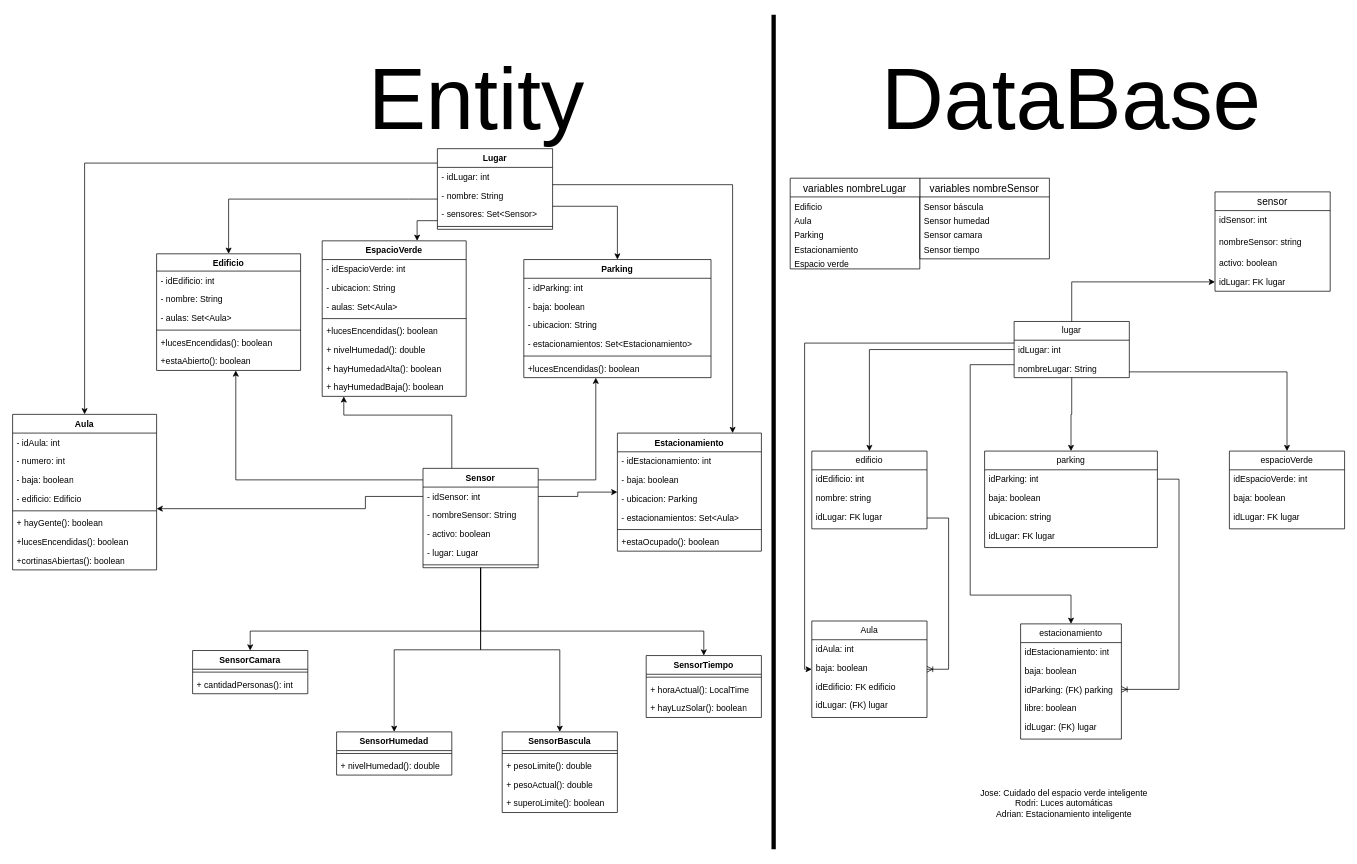
sarudev/grupo-01-OO2-2023 keeps this draw.io diagram as tp-oo2 - entidades - bd.drawio. Above is the earlier version. Source tidied: cells renumbered, new cells numbered last; positions are measured from the earlier drawing's top-left corner, leaving out a move shared by most shapes. Both pictures are drawn from the tidied source at 72%, with x=0, y=0 at pixel (12, 14).
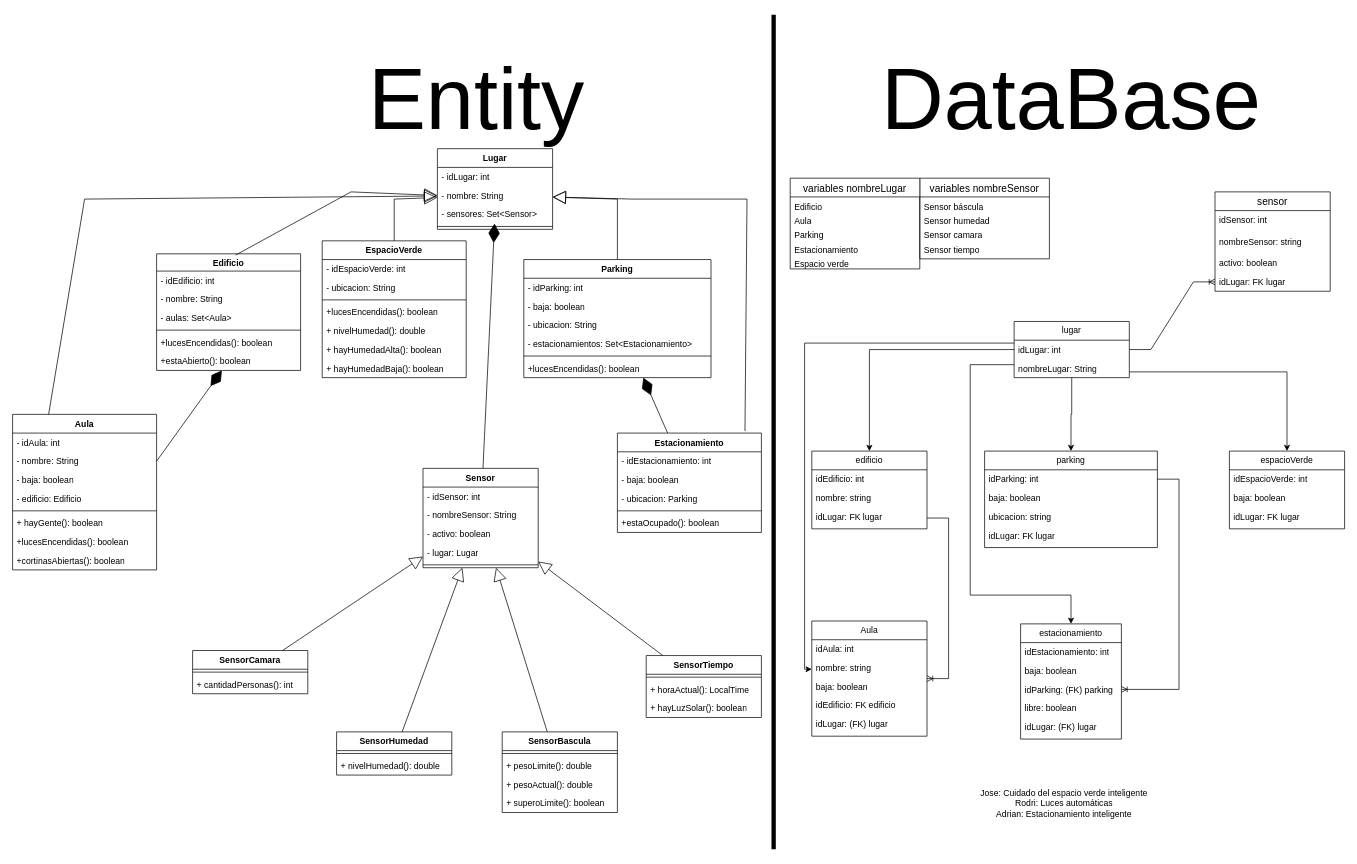
The same page after the edit.

The change refers to these unchanged cells:
```xml
<mxCell id="36" value="lugar" style="swimlane;fontStyle=0;horizontal=1;startSize=26;fillColor=none;whiteSpace=wrap;html=1;" parent="1" vertex="1">
  <mxGeometry x="1391" y="426" width="160" height="78" as="geometry" />
</mxCell>
<mxCell id="43" value="idLugar: FK lugar" style="text;strokeColor=none;fillColor=none;align=left;verticalAlign=top;spacingLeft=4;spacingRight=4;overflow=hidden;points=[[0,0.5],[1,0.5]];portConstraint=eastwest;whiteSpace=wrap;html=1;" parent="39" vertex="1">
  <mxGeometry y="112" width="160" height="26" as="geometry" />
</mxCell>
<mxCell id="57" value="Edificio" style="swimlane;fontStyle=1;align=center;verticalAlign=top;horizontal=1;startSize=24;whiteSpace=wrap;html=1;" parent="1" vertex="1">
  <mxGeometry x="200" y="332" width="200" height="162" as="geometry" />
</mxCell>
<mxCell id="63" value="+estaAbierto(): boolean" style="text;strokeColor=none;fillColor=none;align=left;verticalAlign=top;spacingLeft=4;spacingRight=4;overflow=hidden;points=[[0,0.5],[1,0.5]];portConstraint=eastwest;whiteSpace=wrap;html=1;" parent="57" vertex="1">
  <mxGeometry y="136" width="200" height="26" as="geometry" />
</mxCell>
<mxCell id="64" value="Parking" style="swimlane;fontStyle=1;align=center;verticalAlign=top;horizontal=1;startSize=26;whiteSpace=wrap;html=1;" parent="1" vertex="1">
  <mxGeometry x="710" y="340" width="260" height="164" as="geometry" />
</mxCell>
<mxCell id="87" value="Aula" style="swimlane;fontStyle=1;align=center;verticalAlign=top;horizontal=1;startSize=26;whiteSpace=wrap;html=1;" parent="1" vertex="1">
  <mxGeometry y="555" width="200" height="216" as="geometry" />
</mxCell>
<mxCell id="103" value="Sensor" style="swimlane;fontStyle=1;align=center;verticalAlign=top;horizontal=1;startSize=26;whiteSpace=wrap;html=1;" parent="1" vertex="1">
  <mxGeometry x="570" y="630" width="160" height="138" as="geometry" />
</mxCell>
<mxCell id="104" value="- idSensor: int" style="text;strokeColor=none;fillColor=none;align=left;verticalAlign=top;spacingLeft=4;spacingRight=4;overflow=hidden;points=[[0,0.5],[1,0.5]];portConstraint=eastwest;whiteSpace=wrap;html=1;" parent="103" vertex="1">
  <mxGeometry y="26" width="160" height="26" as="geometry" />
</mxCell>
<mxCell id="109" value="SensorBascula" style="swimlane;fontStyle=1;align=center;verticalAlign=top;horizontal=1;startSize=26;whiteSpace=wrap;html=1;" parent="1" vertex="1">
  <mxGeometry x="680" y="996" width="160" height="112" as="geometry" />
</mxCell>
<mxCell id="114" value="SensorHumedad" style="swimlane;fontStyle=1;align=center;verticalAlign=top;horizontal=1;startSize=26;whiteSpace=wrap;html=1;" parent="1" vertex="1">
  <mxGeometry x="450" y="996" width="160" height="60" as="geometry" />
</mxCell>
<mxCell id="117" value="SensorCamara" style="swimlane;fontStyle=1;align=center;verticalAlign=top;horizontal=1;startSize=26;whiteSpace=wrap;html=1;" parent="1" vertex="1">
  <mxGeometry x="250" y="883" width="160" height="60" as="geometry" />
</mxCell>
<mxCell id="120" value="SensorTiempo" style="swimlane;fontStyle=1;align=center;verticalAlign=top;horizontal=1;startSize=26;whiteSpace=wrap;html=1;" parent="1" vertex="1">
  <mxGeometry x="880" y="890" width="160" height="86" as="geometry" />
</mxCell>
<mxCell id="128" value="Lugar" style="swimlane;fontStyle=1;align=center;verticalAlign=top;horizontal=1;startSize=26;whiteSpace=wrap;html=1;" parent="1" vertex="1">
  <mxGeometry x="590" y="186" width="160" height="112" as="geometry" />
</mxCell>
<mxCell id="130" value="- nombre: String" style="text;strokeColor=none;fillColor=none;align=left;verticalAlign=top;spacingLeft=4;spacingRight=4;overflow=hidden;points=[[0,0.5],[1,0.5]];portConstraint=eastwest;whiteSpace=wrap;html=1;" parent="128" vertex="1">
  <mxGeometry y="52" width="160" height="26" as="geometry" />
</mxCell>
<mxCell id="131" value="- sensores: Set&amp;lt;Sensor&amp;gt;&amp;nbsp;" style="text;strokeColor=none;fillColor=none;align=left;verticalAlign=top;spacingLeft=4;spacingRight=4;overflow=hidden;points=[[0,0.5],[1,0.5]];portConstraint=eastwest;whiteSpace=wrap;html=1;" parent="128" vertex="1">
  <mxGeometry y="78" width="160" height="26" as="geometry" />
</mxCell>
```

Change to the diagram source:
```diff
@@
     <mxCell id="12" value="Aula" style="swimlane;fontStyle=0;horizontal=1;startSize=26;fillColor=none;whiteSpace=wrap;html=1;" parent="1" vertex="1">
-      <mxGeometry x="1110" y="842" width="160" height="134" as="geometry" />
+      <mxGeometry x="1110" y="842" width="160" height="160" as="geometry" />
     </mxCell>
@@
+    <mxCell id="136" value="nombre: string" style="text;strokeColor=none;fillColor=none;align=left;verticalAlign=top;spacingLeft=4;spacingRight=4;overflow=hidden;whiteSpace=wrap;html=1;" parent="12" vertex="1">
+      <mxGeometry y="52" width="160" height="26" as="geometry" />
+    </mxCell>
     <mxCell id="14" value="baja: boolean" style="text;strokeColor=none;fillColor=none;align=left;verticalAlign=top;spacingLeft=4;spacingRight=4;overflow=hidden;whiteSpace=wrap;html=1;" parent="12" vertex="1">
-      <mxGeometry y="52" width="160" height="26" as="geometry" />
+      <mxGeometry y="78" width="160" height="26" as="geometry" />
     </mxCell>
     <mxCell id="15" value="idEdificio: FK edificio" style="text;strokeColor=none;fillColor=none;align=left;verticalAlign=top;spacingLeft=4;spacingRight=4;overflow=hidden;whiteSpace=wrap;html=1;" parent="12" vertex="1">
-      <mxGeometry y="78" width="160" height="26" as="geometry" />
+      <mxGeometry y="104" width="160" height="26" as="geometry" />
     </mxCell>
     <mxCell id="16" value="idLugar: (FK) lugar" style="text;strokeColor=none;fillColor=none;spacingLeft=4;spacingRight=4;overflow=hidden;fontSize=12;whiteSpace=wrap;html=1;" parent="12" vertex="1">
-      <mxGeometry y="104" width="160" height="30" as="geometry" />
+      <mxGeometry y="130" width="160" height="30" as="geometry" />
     </mxCell>
@@
-    <mxCell id="35" style="edgeStyle=orthogonalEdgeStyle;rounded=0;jettySize=auto;html=1;" parent="1" edge="1" source="36" target="43">
-      <mxGeometry relative="1" as="geometry" />
-    </mxCell>
@@
     <mxCell id="71" value="EspacioVerde" style="swimlane;fontStyle=1;align=center;verticalAlign=top;horizontal=1;startSize=26;whiteSpace=wrap;html=1;" parent="1" vertex="1">
-      <mxGeometry x="430" y="314" width="200" height="216" as="geometry" />
+      <mxGeometry x="430" y="314" width="200" height="190" as="geometry" />
     </mxCell>
@@
-    <mxCell id="74" value="- aulas: Set&amp;lt;Aula&amp;gt;" style="text;strokeColor=none;fillColor=none;align=left;verticalAlign=top;spacingLeft=4;spacingRight=4;overflow=hidden;whiteSpace=wrap;html=1;" parent="71" vertex="1">
-      <mxGeometry y="78" width="200" height="26" as="geometry" />
-    </mxCell>
     <mxCell id="75" style="line;strokeWidth=1;fillColor=none;align=left;verticalAlign=middle;spacingTop=-1;spacingLeft=3;spacingRight=3;labelPosition=right;strokeColor=inherit;" parent="71" vertex="1">
-      <mxGeometry y="104" width="200" height="8" as="geometry" />
+      <mxGeometry y="78" width="200" height="8" as="geometry" />
     </mxCell>
     <mxCell id="76" value="+lucesEncendidas(): boolean" style="text;strokeColor=none;fillColor=none;align=left;verticalAlign=top;spacingLeft=4;spacingRight=4;overflow=hidden;whiteSpace=wrap;html=1;" parent="71" vertex="1">
-      <mxGeometry y="112" width="200" height="26" as="geometry" />
+      <mxGeometry y="86" width="200" height="26" as="geometry" />
     </mxCell>
     <mxCell id="77" value="+ nivelHumedad(): double" style="text;strokeColor=none;fillColor=none;align=left;verticalAlign=top;spacingLeft=4;spacingRight=4;overflow=hidden;whiteSpace=wrap;html=1;" parent="71" vertex="1">
-      <mxGeometry y="138" width="200" height="26" as="geometry" />
+      <mxGeometry y="112" width="200" height="26" as="geometry" />
     </mxCell>
     <mxCell id="78" value="+ hayHumedadAlta(): boolean" style="text;strokeColor=none;fillColor=none;align=left;verticalAlign=top;spacingLeft=4;spacingRight=4;overflow=hidden;whiteSpace=wrap;html=1;" parent="71" vertex="1">
-      <mxGeometry y="164" width="200" height="26" as="geometry" />
+      <mxGeometry y="138" width="200" height="26" as="geometry" />
     </mxCell>
     <mxCell id="79" value="+ hayHumedadBaja(): boolean" style="text;strokeColor=none;fillColor=none;align=left;verticalAlign=top;spacingLeft=4;spacingRight=4;overflow=hidden;points=[[0,0.5],[1,0.5]];portConstraint=eastwest;whiteSpace=wrap;html=1;" parent="71" vertex="1">
-      <mxGeometry y="190" width="200" height="26" as="geometry" />
+      <mxGeometry y="164" width="200" height="26" as="geometry" />
     </mxCell>
     <mxCell id="80" value="Estacionamiento" style="swimlane;fontStyle=1;align=center;verticalAlign=top;horizontal=1;startSize=26;whiteSpace=wrap;html=1;" parent="1" vertex="1">
-      <mxGeometry x="840" y="581" width="200" height="164" as="geometry" />
+      <mxGeometry x="840" y="581" width="200" height="138" as="geometry" />
     </mxCell>
@@
-    <mxCell id="84" value="- estacionamientos: Set&amp;lt;Aula&amp;gt;" style="text;strokeColor=none;fillColor=none;align=left;verticalAlign=top;spacingLeft=4;spacingRight=4;overflow=hidden;whiteSpace=wrap;html=1;" parent="80" vertex="1">
-      <mxGeometry y="104" width="200" height="26" as="geometry" />
-    </mxCell>
     <mxCell id="85" style="line;strokeWidth=1;fillColor=none;align=left;verticalAlign=middle;spacingTop=-1;spacingLeft=3;spacingRight=3;labelPosition=right;strokeColor=inherit;" parent="80" vertex="1">
-      <mxGeometry y="130" width="200" height="8" as="geometry" />
+      <mxGeometry y="104" width="200" height="8" as="geometry" />
     </mxCell>
     <mxCell id="86" value="+estaOcupado(): boolean" style="text;strokeColor=none;fillColor=none;align=left;verticalAlign=top;spacingLeft=4;spacingRight=4;overflow=hidden;whiteSpace=wrap;html=1;" parent="80" vertex="1">
-      <mxGeometry y="138" width="200" height="26" as="geometry" />
+      <mxGeometry y="112" width="200" height="26" as="geometry" />
     </mxCell>
@@
-    <mxCell id="89" value="- numero: int" style="text;strokeColor=none;fillColor=none;align=left;verticalAlign=top;spacingLeft=4;spacingRight=4;overflow=hidden;points=[[0,0.5],[1,0.5]];portConstraint=eastwest;whiteSpace=wrap;html=1;" parent="87" vertex="1">
+    <mxCell id="89" value="- nombre: String" style="text;strokeColor=none;fillColor=none;align=left;verticalAlign=top;spacingLeft=4;spacingRight=4;overflow=hidden;points=[[0,0.5],[1,0.5]];portConstraint=eastwest;whiteSpace=wrap;html=1;" parent="87" vertex="1">
       <mxGeometry y="52" width="200" height="26" as="geometry" />
     </mxCell>
@@
-    <mxCell id="96" style="edgeStyle=orthogonalEdgeStyle;rounded=0;jettySize=auto;html=1;" parent="1" edge="1" source="103" target="79">
-      <mxGeometry relative="1" as="geometry">
-        <Array as="points">
-          <mxPoint x="610" y="556" />
-          <mxPoint x="460" y="556" />
-        </Array>
-      </mxGeometry>
-    </mxCell>
-    <mxCell id="97" style="edgeStyle=orthogonalEdgeStyle;rounded=0;jettySize=auto;html=1;" parent="1" edge="1" source="103" target="57">
-      <mxGeometry relative="1" as="geometry">
-        <Array as="points">
-          <mxPoint x="310" y="646" />
-        </Array>
-      </mxGeometry>
-    </mxCell>
-    <mxCell id="98" style="edgeStyle=orthogonalEdgeStyle;rounded=0;jettySize=auto;html=1;" parent="1" edge="1" source="103" target="64">
-      <mxGeometry relative="1" as="geometry">
-        <Array as="points">
-          <mxPoint x="810" y="646" />
-        </Array>
-      </mxGeometry>
-    </mxCell>
-    <mxCell id="99" style="edgeStyle=orthogonalEdgeStyle;rounded=0;jettySize=auto;html=1;" parent="1" edge="1" source="103" target="109">
-      <mxGeometry relative="1" as="geometry" />
-    </mxCell>
-    <mxCell id="100" style="edgeStyle=orthogonalEdgeStyle;rounded=0;jettySize=auto;html=1;" parent="1" edge="1" source="103" target="114">
-      <mxGeometry relative="1" as="geometry" />
-    </mxCell>
-    <mxCell id="101" style="edgeStyle=orthogonalEdgeStyle;rounded=0;jettySize=auto;html=1;" parent="1" edge="1" source="103" target="117">
-      <mxGeometry relative="1" as="geometry">
-        <Array as="points">
-          <mxPoint x="650" y="856" />
-          <mxPoint x="330" y="856" />
-        </Array>
-      </mxGeometry>
-    </mxCell>
-    <mxCell id="102" style="edgeStyle=orthogonalEdgeStyle;rounded=0;jettySize=auto;html=1;" parent="1" edge="1" source="103" target="120">
-      <mxGeometry relative="1" as="geometry">
-        <Array as="points">
-          <mxPoint x="650" y="856" />
-          <mxPoint x="960" y="856" />
-        </Array>
-      </mxGeometry>
-    </mxCell>
@@
-    <mxCell id="124" style="edgeStyle=orthogonalEdgeStyle;rounded=0;jettySize=auto;html=1;" parent="1" edge="1" source="104" target="80">
-      <mxGeometry relative="1" as="geometry" />
-    </mxCell>
-    <mxCell id="125" style="edgeStyle=orthogonalEdgeStyle;rounded=0;jettySize=auto;html=1;" parent="1" edge="1" source="104" target="87">
-      <mxGeometry relative="1" as="geometry">
-        <Array as="points">
-          <mxPoint x="490" y="669" />
-          <mxPoint x="490" y="686" />
-        </Array>
-      </mxGeometry>
-    </mxCell>
-    <mxCell id="126" style="edgeStyle=orthogonalEdgeStyle;rounded=0;jettySize=auto;html=1;" parent="1" edge="1" source="128" target="80">
-      <mxGeometry relative="1" as="geometry">
-        <Array as="points">
-          <mxPoint x="1000" y="236" />
-        </Array>
-      </mxGeometry>
-    </mxCell>
-    <mxCell id="127" style="edgeStyle=orthogonalEdgeStyle;rounded=0;jettySize=auto;html=1;" parent="1" edge="1" source="128" target="64">
-      <mxGeometry relative="1" as="geometry">
-        <Array as="points">
-          <mxPoint x="840" y="266" />
-        </Array>
-      </mxGeometry>
-    </mxCell>
@@
-    <mxCell id="133" style="edgeStyle=orthogonalEdgeStyle;rounded=0;jettySize=auto;html=1;entryX=0.659;entryY=0;entryDx=0;entryDy=0;entryPerimeter=0;" parent="1" edge="1" source="128" target="71">
-      <mxGeometry relative="1" as="geometry">
-        <Array as="points">
-          <mxPoint x="562" y="286" />
-        </Array>
-      </mxGeometry>
-    </mxCell>
-    <mxCell id="134" style="edgeStyle=orthogonalEdgeStyle;rounded=0;jettySize=auto;html=1;" parent="1" edge="1" source="130" target="57">
-      <mxGeometry relative="1" as="geometry">
-        <Array as="points">
-          <mxPoint x="550" y="256" />
-          <mxPoint x="150" y="256" />
-        </Array>
-      </mxGeometry>
-    </mxCell>
-    <mxCell id="135" style="edgeStyle=orthogonalEdgeStyle;rounded=0;jettySize=auto;html=1;" parent="1" edge="1" source="128" target="87">
-      <mxGeometry relative="1" as="geometry">
-        <Array as="points">
-          <mxPoint x="630" y="206" />
-          <mxPoint x="100" y="206" />
-        </Array>
-      </mxGeometry>
-    </mxCell>
+    <mxCell id="35" style="edgeStyle=entityRelationEdgeStyle;fontSize=12;html=1;endArrow=ERoneToMany;rounded=0;" parent="1" edge="1" source="36" target="43">
+      <mxGeometry relative="1" as="geometry" />
+    </mxCell>
+    <mxCell id="137" style="endArrow=block;endSize=16;endFill=0;html=1;rounded=0;" parent="1" edge="1" source="117" target="103">
+      <mxGeometry relative="1" as="geometry" />
+    </mxCell>
+    <mxCell id="138" style="endArrow=block;endSize=16;endFill=0;html=1;rounded=0;" parent="1" edge="1" source="114" target="103">
+      <mxGeometry relative="1" as="geometry" />
+    </mxCell>
+    <mxCell id="139" style="endArrow=block;endSize=16;endFill=0;html=1;rounded=0;" parent="1" edge="1" source="109" target="103">
+      <mxGeometry relative="1" as="geometry" />
+    </mxCell>
+    <mxCell id="140" style="endArrow=block;endSize=16;endFill=0;html=1;rounded=0;" parent="1" edge="1" source="120" target="103">
+      <mxGeometry relative="1" as="geometry" />
+    </mxCell>
+    <mxCell id="141" style="endArrow=diamondThin;endFill=1;endSize=24;html=1;rounded=0;exitX=1;exitY=0.5;exitDx=0;exitDy=0;" parent="1" edge="1" source="89" target="63">
+      <mxGeometry relative="1" as="geometry" />
+    </mxCell>
+    <mxCell id="142" style="endArrow=diamondThin;endFill=1;endSize=24;html=1;rounded=0;" parent="1" edge="1" source="80" target="64">
+      <mxGeometry relative="1" as="geometry" />
+    </mxCell>
+    <mxCell id="143" style="endArrow=diamondThin;endFill=1;endSize=24;html=1;rounded=0;" parent="1" edge="1" source="103" target="131">
+      <mxGeometry relative="1" as="geometry" />
+    </mxCell>
+    <mxCell id="144" style="endArrow=block;endSize=16;endFill=0;html=1;rounded=0;" parent="1" edge="1" source="71" target="130">
+      <mxGeometry relative="1" as="geometry">
+        <Array as="points">
+          <mxPoint x="530" y="256" />
+        </Array>
+      </mxGeometry>
+    </mxCell>
+    <mxCell id="145" style="endArrow=block;endSize=16;endFill=0;html=1;rounded=0;" parent="1" edge="1" source="64" target="130">
+      <mxGeometry x="-0.96" y="-89" relative="1" as="geometry">
+        <Array as="points">
+          <mxPoint x="840" y="256" />
+        </Array>
+      </mxGeometry>
+    </mxCell>
+    <mxCell id="146" style="endArrow=block;endSize=16;endFill=0;html=1;rounded=0;exitX=0.886;exitY=-0.02;exitDx=0;exitDy=0;exitPerimeter=0;" parent="1" edge="1" source="80" target="130">
+      <mxGeometry x="-0.96" y="-89" relative="1" as="geometry">
+        <Array as="points">
+          <mxPoint x="1020" y="256" />
+          <mxPoint x="860" y="256" />
+        </Array>
+      </mxGeometry>
+    </mxCell>
+    <mxCell id="147" style="endArrow=block;endSize=16;endFill=0;html=1;rounded=0;exitX=0.549;exitY=0.011;exitDx=0;exitDy=0;exitPerimeter=0;entryX=0;entryY=0.5;entryDx=0;entryDy=0;" parent="1" edge="1" source="57" target="130">
+      <mxGeometry relative="1" as="geometry">
+        <Array as="points">
+          <mxPoint x="470" y="246" />
+        </Array>
+      </mxGeometry>
+    </mxCell>
+    <mxCell id="148" style="endArrow=block;endSize=16;endFill=0;html=1;rounded=0;exitX=0.25;exitY=0;exitDx=0;exitDy=0;" parent="1" edge="1" source="87" target="130">
+      <mxGeometry relative="1" as="geometry">
+        <Array as="points">
+          <mxPoint x="100" y="256" />
+        </Array>
+      </mxGeometry>
+    </mxCell>
```
